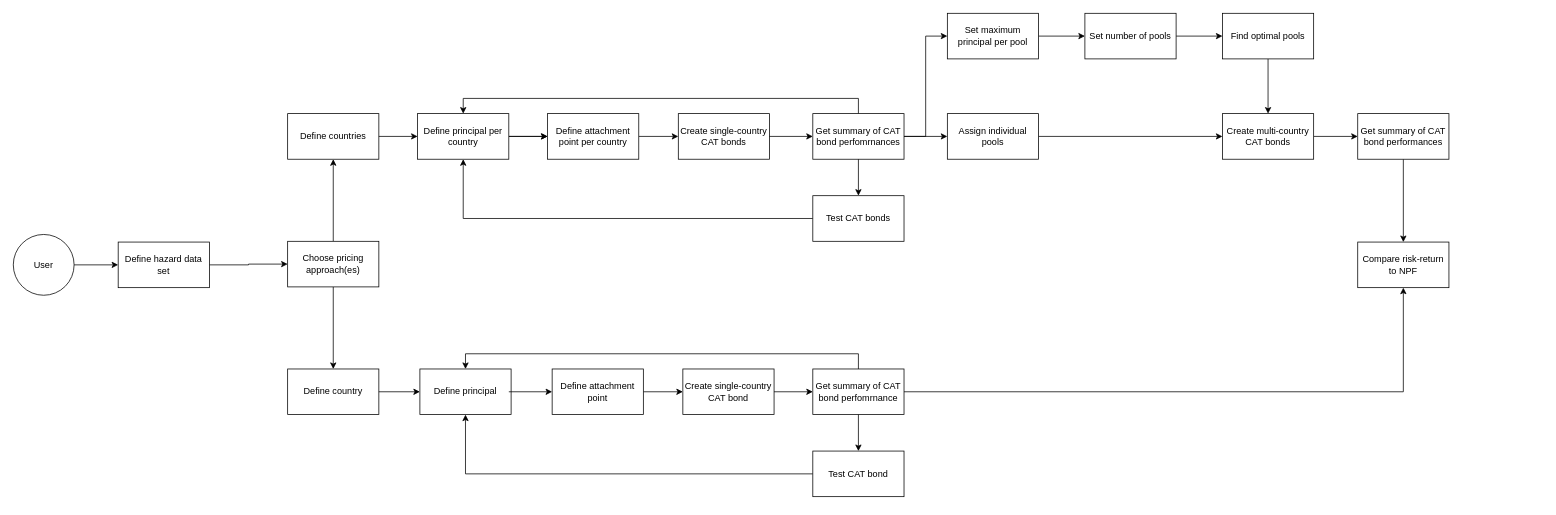
Above: user_journey_climada_patels.drawio in KaiOBerg/master_thesis_cat_bonds (draw.io), before the change. Source tidied: cells renumbered, new cells numbered last; positions are measured from the earlier drawing's top-left corner, leaving out a move shared by most shapes. Both pictures are drawn from the tidied source at 76%, with x=0, y=0 at pixel (13, 13).
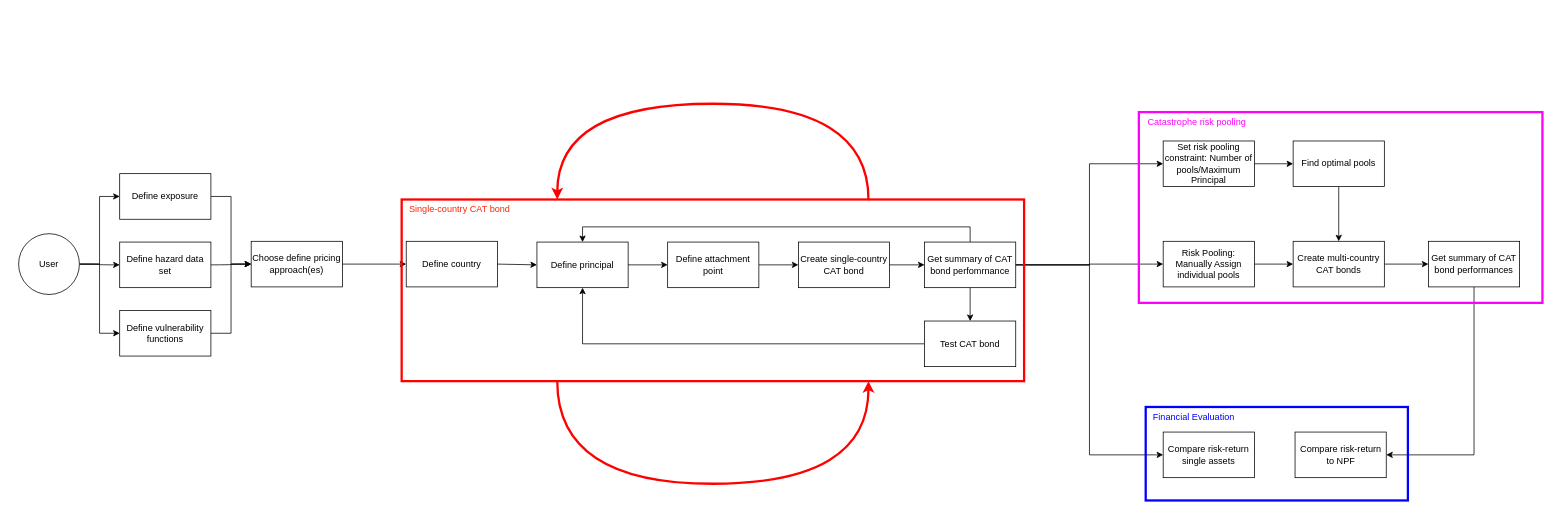
The same diagram, later.

Change to the diagram source:
```diff
@@
+    <mxCell id="52" style="edgeStyle=orthogonalEdgeStyle;curved=1;rounded=0;jettySize=auto;html=1;exitX=1;exitY=0.5;exitDx=0;exitDy=0;entryX=0;entryY=0.5;entryDx=0;entryDy=0;" parent="1" edge="1" source="2" target="64">
+      <mxGeometry relative="1" as="geometry" />
+    </mxCell>
+    <mxCell id="53" style="edgeStyle=orthogonalEdgeStyle;rounded=0;jettySize=auto;html=1;exitX=1;exitY=0.5;exitDx=0;exitDy=0;entryX=0;entryY=0.5;entryDx=0;entryDy=0;" parent="1" edge="1" source="2" target="66">
+      <mxGeometry relative="1" as="geometry" />
+    </mxCell>
+    <mxCell id="3" style="edgeStyle=orthogonalEdgeStyle;rounded=0;jettySize=auto;html=1;exitX=1;exitY=0.5;exitDx=0;exitDy=0;entryX=0;entryY=0.5;entryDx=0;entryDy=0;" parent="1" edge="1" source="2" target="6">
+      <mxGeometry relative="1" as="geometry" />
+    </mxCell>
     <mxCell id="2" value="User" style="ellipse;whiteSpace=wrap;html=1;" parent="1" vertex="1">
-      <mxGeometry y="291" width="80" height="80" as="geometry" />
+      <mxGeometry x="7" y="290" width="80" height="80" as="geometry" />
     </mxCell>
-    <mxCell id="3" style="endArrow=classic;html=1;rounded=0;exitX=1;exitY=0.5;exitDx=0;exitDy=0;entryX=0;entryY=0.5;entryDx=0;entryDy=0;" parent="1" edge="1" source="2" target="6">
-      <mxGeometry relative="1" as="geometry" />
-    </mxCell>
     <mxCell id="4" value="Define country" style="rounded=0;whiteSpace=wrap;html=1;" parent="1" vertex="1">
-      <mxGeometry x="361" y="468" width="120" height="60" as="geometry" />
+      <mxGeometry x="517" y="300" width="120" height="60" as="geometry" />
     </mxCell>
@@
-    <mxCell id="6" value="Define hazard data set" style="rounded=0;whiteSpace=wrap;html=1;" parent="1" vertex="1">
-      <mxGeometry x="138" y="301" width="120" height="60" as="geometry" />
+    <mxCell id="6" value="Define exposure" style="rounded=0;whiteSpace=wrap;html=1;" parent="1" vertex="1">
+      <mxGeometry x="140" y="211" width="120" height="60" as="geometry" />
     </mxCell>
@@
     <mxCell id="8" value="Define attachment point" style="rounded=0;whiteSpace=wrap;html=1;" parent="1" vertex="1">
-      <mxGeometry x="709" y="468" width="120" height="60" as="geometry" />
+      <mxGeometry x="861" y="301" width="120" height="60" as="geometry" />
     </mxCell>
     <mxCell id="9" value="Define principal" style="rounded=0;whiteSpace=wrap;html=1;" parent="1" vertex="1">
-      <mxGeometry x="535" y="468" width="120" height="60" as="geometry" />
+      <mxGeometry x="689" y="301" width="120" height="60" as="geometry" />
     </mxCell>
@@
     <mxCell id="11" value="Find optimal pools" style="rounded=0;whiteSpace=wrap;html=1;" parent="1" vertex="1">
-      <mxGeometry x="1591" width="120" height="60" as="geometry" />
+      <mxGeometry x="1684" y="168" width="120" height="60" as="geometry" />
     </mxCell>
-    <mxCell id="12" value="Compare risk-return to NPF" style="rounded=0;whiteSpace=wrap;html=1;" parent="1" vertex="1">
-      <mxGeometry x="1769" y="301" width="120" height="60" as="geometry" />
+    <mxCell id="12" value="Compare risk-return single assets" style="rounded=0;whiteSpace=wrap;html=1;" parent="1" vertex="1">
+      <mxGeometry x="1513" y="551" width="120" height="60" as="geometry" />
     </mxCell>
@@
     <mxCell id="14" value="Test CAT bond" style="rounded=0;whiteSpace=wrap;html=1;" parent="1" vertex="1">
-      <mxGeometry x="1052" y="576" width="120" height="60" as="geometry" />
+      <mxGeometry x="1199" y="404.9" width="120" height="60" as="geometry" />
     </mxCell>
-    <mxCell id="15" style="edgeStyle=orthogonalEdgeStyle;rounded=0;jettySize=auto;html=1;exitX=1;exitY=0.5;exitDx=0;exitDy=0;entryX=0;entryY=0.5;entryDx=0;entryDy=0;" parent="1" edge="1" source="16" target="11">
-      <mxGeometry relative="1" as="geometry" />
-    </mxCell>
-    <mxCell id="16" value="Set number of pools" style="rounded=0;whiteSpace=wrap;html=1;" parent="1" vertex="1">
-      <mxGeometry x="1410" width="120" height="60" as="geometry" />
-    </mxCell>
-    <mxCell id="17" style="edgeStyle=orthogonalEdgeStyle;rounded=0;jettySize=auto;html=1;exitX=1;exitY=0.5;exitDx=0;exitDy=0;entryX=0;entryY=0.5;entryDx=0;entryDy=0;" parent="1" edge="1" source="18" target="16">
+    <mxCell id="17" style="edgeStyle=orthogonalEdgeStyle;rounded=0;jettySize=auto;html=1;exitX=1;exitY=0.5;exitDx=0;exitDy=0;entryX=0;entryY=0.5;entryDx=0;entryDy=0;" parent="1" edge="1" source="18" target="11">
       <mxGeometry relative="1" as="geometry" />
     </mxCell>
-    <mxCell id="18" value="Set maximum principal per pool" style="rounded=0;whiteSpace=wrap;html=1;" parent="1" vertex="1">
-      <mxGeometry x="1229" width="120" height="60" as="geometry" />
+    <mxCell id="18" value="Set risk pooling constraint: Number of pools/Maximum Principal" style="rounded=0;whiteSpace=wrap;html=1;" parent="1" vertex="1">
+      <mxGeometry x="1513" y="168" width="120" height="60" as="geometry" />
     </mxCell>
     <mxCell id="19" value="Create single-country CAT bond" style="rounded=0;whiteSpace=wrap;html=1;" parent="1" vertex="1">
-      <mxGeometry x="881" y="468" width="120" height="60" as="geometry" />
+      <mxGeometry x="1033" y="301" width="120" height="60" as="geometry" />
     </mxCell>
-    <mxCell id="20" value="Define countries" style="rounded=0;whiteSpace=wrap;html=1;" parent="1" vertex="1">
-      <mxGeometry x="361" y="132" width="120" height="60" as="geometry" />
-    </mxCell>
@@
-    <mxCell id="22" style="edgeStyle=orthogonalEdgeStyle;rounded=0;jettySize=auto;html=1;exitX=1;exitY=0.5;exitDx=0;exitDy=0;entryX=0.5;entryY=1;entryDx=0;entryDy=0;" parent="1" edge="1" source="23" target="12">
+    <mxCell id="22" style="edgeStyle=orthogonalEdgeStyle;rounded=0;jettySize=auto;html=1;exitX=1;exitY=0.5;exitDx=0;exitDy=0;entryX=0;entryY=0.5;entryDx=0;entryDy=0;" parent="1" edge="1" source="23" target="12">
       <mxGeometry relative="1" as="geometry" />
     </mxCell>
     <mxCell id="23" value="Get summary of CAT bond perfomrnance" style="rounded=0;whiteSpace=wrap;html=1;" parent="1" vertex="1">
-      <mxGeometry x="1052" y="468" width="120" height="60" as="geometry" />
+      <mxGeometry x="1199" y="301" width="120" height="60" as="geometry" />
     </mxCell>
@@
-    <mxCell id="25" style="endArrow=classic;html=1;rounded=0;entryX=0;entryY=0.5;entryDx=0;entryDy=0;" parent="1" edge="1" target="8">
-      <mxGeometry relative="1" as="geometry">
-        <mxPoint x="652" y="498" as="sourcePoint" />
-      </mxGeometry>
+    <mxCell id="25" style="endArrow=classic;html=1;rounded=0;entryX=0;entryY=0.5;entryDx=0;entryDy=0;exitX=1;exitY=0.5;exitDx=0;exitDy=0;" parent="1" edge="1" source="9" target="8">
+      <mxGeometry relative="1" as="geometry" />
     </mxCell>
@@
-    <mxCell id="28" style="edgeStyle=orthogonalEdgeStyle;rounded=0;jettySize=auto;html=1;exitX=1;exitY=0.5;exitDx=0;exitDy=0;entryX=0;entryY=0.5;entryDx=0;entryDy=0;" parent="1" edge="1" source="29" target="38">
-      <mxGeometry relative="1" as="geometry" />
-    </mxCell>
-    <mxCell id="29" value="Define attachment point per country" style="rounded=0;whiteSpace=wrap;html=1;" parent="1" vertex="1">
-      <mxGeometry x="703" y="132" width="120" height="60" as="geometry" />
-    </mxCell>
-    <mxCell id="30" style="edgeStyle=orthogonalEdgeStyle;rounded=0;jettySize=auto;html=1;" parent="1" edge="1" source="32" target="29">
-      <mxGeometry relative="1" as="geometry" />
-    </mxCell>
-    <mxCell id="31" style="edgeStyle=orthogonalEdgeStyle;rounded=0;jettySize=auto;html=1;" parent="1" edge="1" source="32" target="29">
-      <mxGeometry relative="1" as="geometry" />
-    </mxCell>
-    <mxCell id="32" value="Define principal per country" style="rounded=0;whiteSpace=wrap;html=1;" parent="1" vertex="1">
-      <mxGeometry x="532" y="132" width="120" height="60" as="geometry" />
-    </mxCell>
-    <mxCell id="33" style="edgeStyle=orthogonalEdgeStyle;rounded=0;jettySize=auto;html=1;exitX=0.5;exitY=1;exitDx=0;exitDy=0;entryX=0.5;entryY=0;entryDx=0;entryDy=0;" parent="1" edge="1" source="35" target="4">
+    <mxCell id="33" style="edgeStyle=orthogonalEdgeStyle;rounded=0;jettySize=auto;html=1;exitX=1;exitY=0.5;exitDx=0;exitDy=0;entryX=0;entryY=0.5;entryDx=0;entryDy=0;" parent="1" edge="1" source="35" target="4">
       <mxGeometry relative="1" as="geometry" />
     </mxCell>
-    <mxCell id="34" style="edgeStyle=orthogonalEdgeStyle;rounded=0;jettySize=auto;html=1;exitX=0.5;exitY=0;exitDx=0;exitDy=0;entryX=0.5;entryY=1;entryDx=0;entryDy=0;" parent="1" edge="1" source="35" target="20">
-      <mxGeometry relative="1" as="geometry" />
-    </mxCell>
-    <mxCell id="35" value="Choose pricing approach(es)" style="rounded=0;whiteSpace=wrap;html=1;" parent="1" vertex="1">
-      <mxGeometry x="361" y="300" width="120" height="60" as="geometry" />
+    <mxCell id="35" value="Choose define pricing approach(es)" style="rounded=0;whiteSpace=wrap;html=1;" parent="1" vertex="1">
+      <mxGeometry x="313" y="300" width="120" height="60" as="geometry" />
     </mxCell>
-    <mxCell id="36" style="edgeStyle=orthogonalEdgeStyle;rounded=0;jettySize=auto;html=1;exitX=0;exitY=0.5;exitDx=0;exitDy=0;entryX=0.5;entryY=1;entryDx=0;entryDy=0;" parent="1" edge="1" source="37" target="32">
-      <mxGeometry relative="1" as="geometry" />
-    </mxCell>
-    <mxCell id="37" value="Test CAT bonds" style="rounded=0;whiteSpace=wrap;html=1;" parent="1" vertex="1">
-      <mxGeometry x="1052" y="240" width="120" height="60" as="geometry" />
-    </mxCell>
-    <mxCell id="38" value="Create single-country CAT bonds" style="rounded=0;whiteSpace=wrap;html=1;" parent="1" vertex="1">
-      <mxGeometry x="875" y="132" width="120" height="60" as="geometry" />
-    </mxCell>
-    <mxCell id="39" style="edgeStyle=orthogonalEdgeStyle;rounded=0;jettySize=auto;html=1;entryX=0;entryY=0.5;entryDx=0;entryDy=0;" parent="1" edge="1" source="42" target="51">
+    <mxCell id="39" style="edgeStyle=orthogonalEdgeStyle;rounded=0;jettySize=auto;html=1;entryX=0;entryY=0.5;entryDx=0;entryDy=0;exitX=1;exitY=0.5;exitDx=0;exitDy=0;" parent="1" edge="1" source="23" target="51">
       <mxGeometry relative="1" as="geometry" />
     </mxCell>
-    <mxCell id="40" style="edgeStyle=orthogonalEdgeStyle;rounded=0;jettySize=auto;html=1;exitX=1;exitY=0.5;exitDx=0;exitDy=0;entryX=0;entryY=0.5;entryDx=0;entryDy=0;" parent="1" edge="1" source="42" target="18">
+    <mxCell id="40" style="edgeStyle=orthogonalEdgeStyle;rounded=0;jettySize=auto;html=1;exitX=1;exitY=0.5;exitDx=0;exitDy=0;entryX=0;entryY=0.5;entryDx=0;entryDy=0;" parent="1" edge="1" source="23" target="18">
       <mxGeometry relative="1" as="geometry" />
     </mxCell>
-    <mxCell id="41" style="edgeStyle=orthogonalEdgeStyle;rounded=0;jettySize=auto;html=1;exitX=0.5;exitY=0;exitDx=0;exitDy=0;entryX=0.5;entryY=0;entryDx=0;entryDy=0;" parent="1" edge="1" source="42" target="32">
-      <mxGeometry relative="1" as="geometry" />
-    </mxCell>
-    <mxCell id="42" value="Get summary of CAT bond perfomrnances" style="rounded=0;whiteSpace=wrap;html=1;" parent="1" vertex="1">
-      <mxGeometry x="1052" y="132" width="120" height="60" as="geometry" />
-    </mxCell>
-    <mxCell id="43" style="endArrow=classic;html=1;rounded=0;exitX=1;exitY=0.5;exitDx=0;exitDy=0;entryX=0;entryY=0.5;entryDx=0;entryDy=0;" parent="1" edge="1" source="38" target="42">
-      <mxGeometry relative="1" as="geometry" />
-    </mxCell>
-    <mxCell id="44" style="endArrow=classic;html=1;rounded=0;exitX=0.5;exitY=1;exitDx=0;exitDy=0;entryX=0.5;entryY=0;entryDx=0;entryDy=0;" parent="1" edge="1" source="42" target="37">
-      <mxGeometry relative="1" as="geometry" />
-    </mxCell>
-    <mxCell id="45" style="endArrow=classic;html=1;rounded=0;exitX=1;exitY=0.5;exitDx=0;exitDy=0;entryX=0;entryY=0.5;entryDx=0;entryDy=0;" parent="1" edge="1" source="20" target="32">
-      <mxGeometry relative="1" as="geometry" />
-    </mxCell>
@@
     <mxCell id="47" value="Create multi-country CAT bonds" style="rounded=0;whiteSpace=wrap;html=1;" parent="1" vertex="1">
-      <mxGeometry x="1591" y="132" width="120" height="60" as="geometry" />
+      <mxGeometry x="1684" y="300" width="120" height="60" as="geometry" />
     </mxCell>
-    <mxCell id="48" style="edgeStyle=orthogonalEdgeStyle;rounded=0;jettySize=auto;html=1;exitX=0.5;exitY=1;exitDx=0;exitDy=0;entryX=0.5;entryY=0;entryDx=0;entryDy=0;" parent="1" edge="1" source="49" target="12">
+    <mxCell id="48" style="edgeStyle=orthogonalEdgeStyle;rounded=0;jettySize=auto;html=1;exitX=0.5;exitY=1;exitDx=0;exitDy=0;entryX=1;entryY=0.5;entryDx=0;entryDy=0;" parent="1" edge="1" source="49" target="60">
       <mxGeometry relative="1" as="geometry" />
     </mxCell>
     <mxCell id="49" value="Get summary of CAT bond performances" style="rounded=0;whiteSpace=wrap;html=1;" parent="1" vertex="1">
-      <mxGeometry x="1769" y="132" width="120" height="60" as="geometry" />
+      <mxGeometry x="1862" y="300" width="120" height="60" as="geometry" />
     </mxCell>
@@
-    <mxCell id="51" value="Assign individual pools" style="rounded=0;whiteSpace=wrap;html=1;" parent="1" vertex="1">
-      <mxGeometry x="1229" y="132" width="120" height="60" as="geometry" />
+    <mxCell id="51" value="Risk Pooling: Manually Assign individual pools" style="rounded=0;whiteSpace=wrap;html=1;" parent="1" vertex="1">
+      <mxGeometry x="1513" y="300" width="120" height="60" as="geometry" />
     </mxCell>
+    <mxCell id="54" style="rounded=0;whiteSpace=wrap;html=1;fillColor=none;strokeColor=#FF0000;strokeWidth=3;" parent="1" vertex="1">
+      <mxGeometry x="511" y="245" width="819" height="239" as="geometry" />
+    </mxCell>
+    <mxCell id="55" value="&lt;span style=&quot;color: light-dark(rgb(255, 38, 0), rgb(237, 237, 237));&quot;&gt;Single-country CAT bond&lt;/span&gt;" style="text;html=1;align=center;verticalAlign=middle;strokeColor=none;fillColor=none;" parent="1" vertex="1">
+      <mxGeometry x="511" y="245" width="151" height="26" as="geometry" />
+    </mxCell>
+    <mxCell id="56" style="rounded=0;whiteSpace=wrap;html=1;fillColor=none;strokeColor=#FF00FF;strokeWidth=3;" parent="1" vertex="1">
+      <mxGeometry x="1481" y="130" width="531" height="251" as="geometry" />
+    </mxCell>
+    <mxCell id="57" value="&lt;font&gt;&lt;span style=&quot;caret-color: rgb(255, 38, 0); color: rgb(255, 0, 255);&quot;&gt;Catastrophe risk pooling&lt;/span&gt;&lt;/font&gt;" style="text;html=1;align=center;verticalAlign=middle;strokeColor=none;fillColor=none;" parent="1" vertex="1">
+      <mxGeometry x="1483" y="130" width="147" height="26" as="geometry" />
+    </mxCell>
+    <mxCell id="58" style="edgeStyle=orthogonalEdgeStyle;curved=1;rounded=0;orthogonalLoop=1;jettySize=auto;html=1;exitX=0.75;exitY=0;exitDx=0;exitDy=0;entryX=0.25;entryY=0;entryDx=0;entryDy=0;strokeColor=#FF0000;strokeWidth=3;" parent="1" edge="1" source="54" target="54">
+      <mxGeometry relative="1" as="geometry">
+        <Array as="points">
+          <mxPoint x="1125" y="119" />
+          <mxPoint x="716" y="119" />
+        </Array>
+      </mxGeometry>
+    </mxCell>
+    <mxCell id="59" style="edgeStyle=orthogonalEdgeStyle;curved=1;rounded=0;orthogonalLoop=1;jettySize=auto;html=1;exitX=0.25;exitY=1;exitDx=0;exitDy=0;entryX=0.75;entryY=1;entryDx=0;entryDy=0;strokeColor=#FF0000;strokeWidth=3;" parent="1" edge="1" source="54" target="54">
+      <mxGeometry relative="1" as="geometry">
+        <Array as="points">
+          <mxPoint x="716" y="619" />
+          <mxPoint x="1125" y="619" />
+        </Array>
+      </mxGeometry>
+    </mxCell>
+    <mxCell id="60" value="Compare risk-return to NPF" style="rounded=0;whiteSpace=wrap;html=1;" parent="1" vertex="1">
+      <mxGeometry x="1686.5" y="551" width="120" height="60" as="geometry" />
+    </mxCell>
+    <mxCell id="61" style="rounded=0;whiteSpace=wrap;html=1;fillColor=none;strokeColor=#0000FF;strokeWidth=3;" parent="1" vertex="1">
+      <mxGeometry x="1490" y="518" width="345" height="123" as="geometry" />
+    </mxCell>
+    <mxCell id="62" value="&lt;font&gt;&lt;span style=&quot;caret-color: rgb(255, 38, 0); color: rgb(0, 0, 255);&quot;&gt;Financial Evaluation&lt;/span&gt;&lt;/font&gt;" style="text;html=1;align=center;verticalAlign=middle;strokeColor=none;fillColor=none;" parent="1" vertex="1">
+      <mxGeometry x="1490" y="518" width="125" height="26" as="geometry" />
+    </mxCell>
+    <mxCell id="63" style="edgeStyle=orthogonalEdgeStyle;curved=1;rounded=0;jettySize=auto;html=1;exitX=1;exitY=0.5;exitDx=0;exitDy=0;entryX=0;entryY=0.5;entryDx=0;entryDy=0;" parent="1" edge="1" source="64" target="35">
+      <mxGeometry relative="1" as="geometry" />
+    </mxCell>
+    <mxCell id="64" value="Define hazard data set" style="rounded=0;whiteSpace=wrap;html=1;" parent="1" vertex="1">
+      <mxGeometry x="140" y="301" width="120" height="60" as="geometry" />
+    </mxCell>
+    <mxCell id="65" style="edgeStyle=orthogonalEdgeStyle;rounded=0;jettySize=auto;html=1;exitX=1;exitY=0.5;exitDx=0;exitDy=0;entryX=0;entryY=0.5;entryDx=0;entryDy=0;" parent="1" edge="1" source="66" target="35">
+      <mxGeometry relative="1" as="geometry" />
+    </mxCell>
+    <mxCell id="66" value="Define vulnerability functions" style="rounded=0;whiteSpace=wrap;html=1;" parent="1" vertex="1">
+      <mxGeometry x="140" y="391" width="120" height="60" as="geometry" />
+    </mxCell>
```
